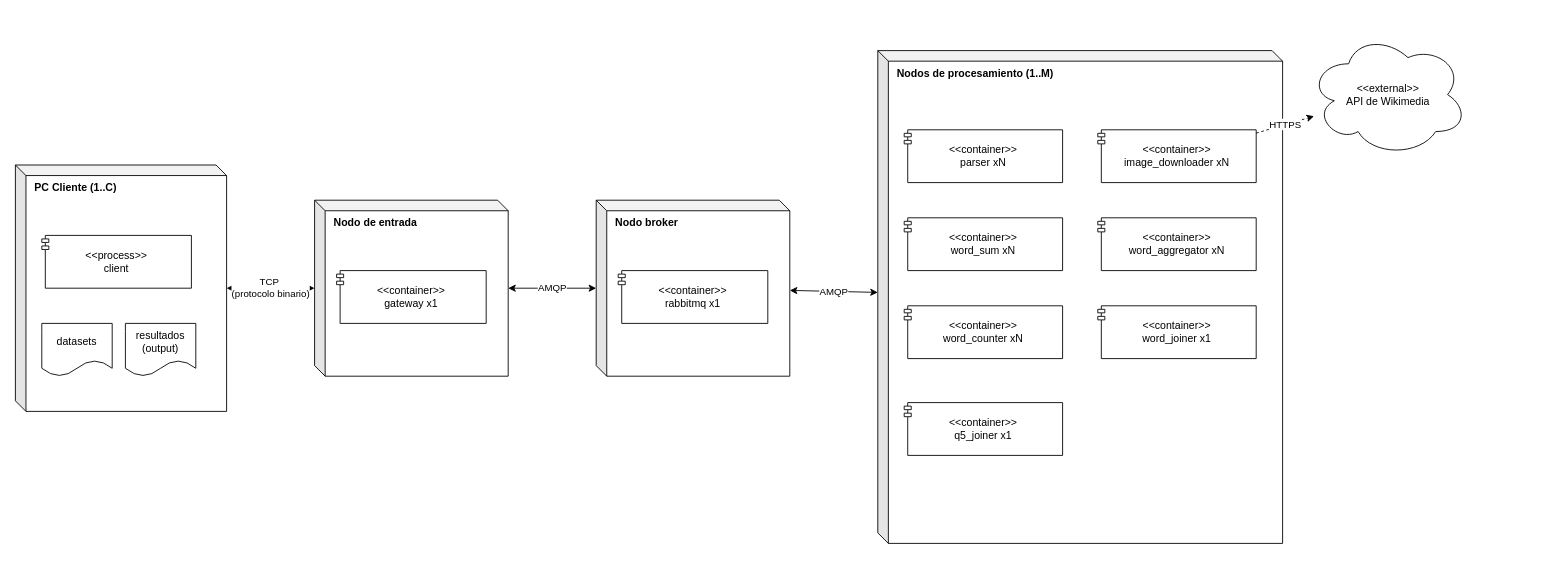
LuccaMarino/tp-grupal_Distribuidos keeps this draw.io diagram as diseño/diagramas/despliegue.drawio. Above is the earlier version. Source tidied: cells renumbered, new cells numbered last; positions are measured from the earlier drawing's top-left corner, leaving out a move shared by most shapes. Both pictures are drawn from the tidied source at 88%, with x=0, y=0 at pixel (15, 33).
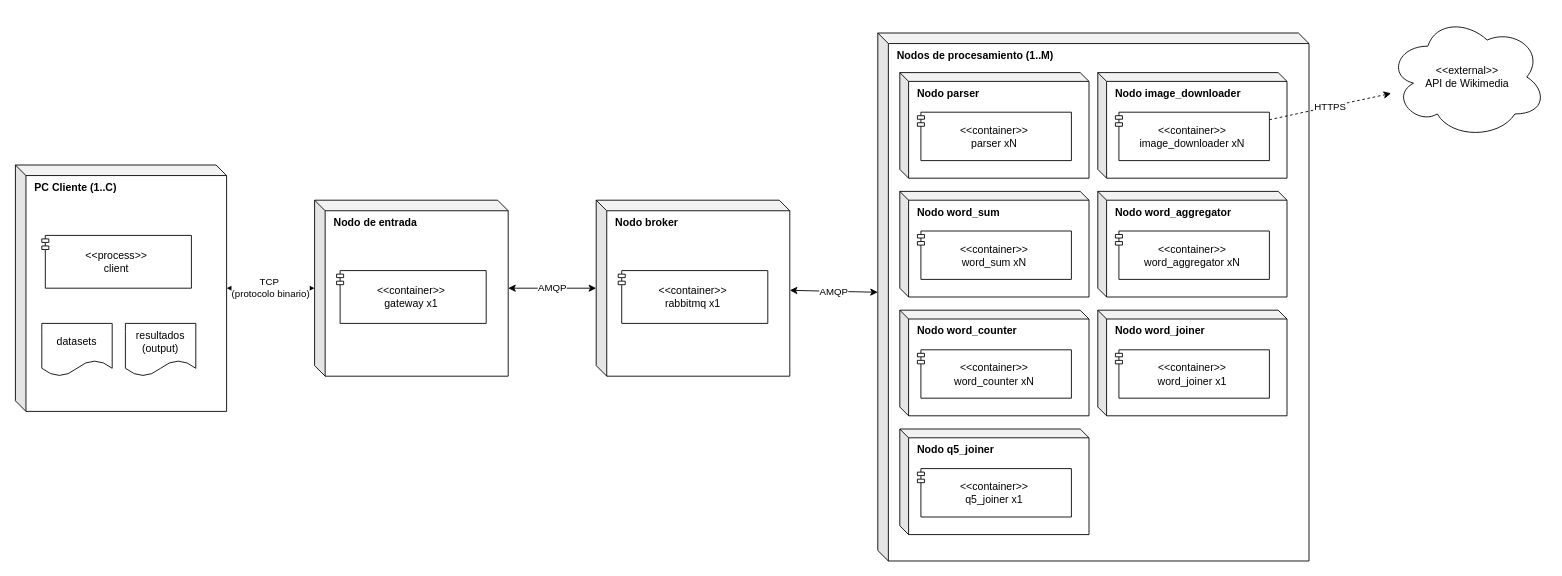
The same diagram, later.

The edit, as a diff of the source:
```diff
@@
     <mxCell id="10" value="Nodos de procesamiento (1..M)" style="shape=cube;whiteSpace=wrap;html=1;boundedLbl=1;backgroundOutline=1;darkOpacity=0.05;darkOpacity2=0.1;size=12;verticalAlign=top;align=left;spacingLeft=8;fontStyle=1;" parent="1" vertex="1">
-      <mxGeometry x="980" y="20" width="460" height="560" as="geometry" />
+      <mxGeometry x="980" width="490" height="600" as="geometry" />
     </mxCell>
+    <mxCell id="23" value="Nodo parser" style="shape=cube;whiteSpace=wrap;html=1;boundedLbl=1;backgroundOutline=1;darkOpacity=0.05;darkOpacity2=0.1;size=10;verticalAlign=top;align=left;spacingLeft=8;fontStyle=1;" parent="10" vertex="1">
+      <mxGeometry x="25" y="45" width="215" height="120" as="geometry" />
+    </mxCell>
-    <mxCell id="11" value="&amp;lt;&amp;lt;container&amp;gt;&amp;gt;&lt;br&gt;parser xN" style="html=1;whiteSpace=wrap;shape=module;jettyWidth=8;jettyHeight=4;" parent="10" vertex="1">
-      <mxGeometry x="30" y="90" width="180" height="60" as="geometry" />
+    <mxCell id="11" value="&amp;lt;&amp;lt;container&amp;gt;&amp;gt;&lt;br&gt;parser xN" style="html=1;whiteSpace=wrap;shape=module;jettyWidth=8;jettyHeight=4;" parent="23" vertex="1">
+      <mxGeometry x="20" y="45" width="175" height="55" as="geometry" />
     </mxCell>
+    <mxCell id="24" value="Nodo image_downloader" style="shape=cube;whiteSpace=wrap;html=1;boundedLbl=1;backgroundOutline=1;darkOpacity=0.05;darkOpacity2=0.1;size=10;verticalAlign=top;align=left;spacingLeft=8;fontStyle=1;" parent="10" vertex="1">
+      <mxGeometry x="250" y="45" width="215" height="120" as="geometry" />
+    </mxCell>
-    <mxCell id="12" value="&amp;lt;&amp;lt;container&amp;gt;&amp;gt;&lt;br&gt;image_downloader xN" style="html=1;whiteSpace=wrap;shape=module;jettyWidth=8;jettyHeight=4;" parent="10" vertex="1">
-      <mxGeometry x="250" y="90" width="180" height="60" as="geometry" />
+    <mxCell id="12" value="&amp;lt;&amp;lt;container&amp;gt;&amp;gt;&lt;br&gt;image_downloader xN" style="html=1;whiteSpace=wrap;shape=module;jettyWidth=8;jettyHeight=4;" parent="24" vertex="1">
+      <mxGeometry x="20" y="45" width="175" height="55" as="geometry" />
     </mxCell>
+    <mxCell id="25" value="Nodo word_sum" style="shape=cube;whiteSpace=wrap;html=1;boundedLbl=1;backgroundOutline=1;darkOpacity=0.05;darkOpacity2=0.1;size=10;verticalAlign=top;align=left;spacingLeft=8;fontStyle=1;" parent="10" vertex="1">
+      <mxGeometry x="25" y="180" width="215" height="120" as="geometry" />
+    </mxCell>
-    <mxCell id="13" value="&amp;lt;&amp;lt;container&amp;gt;&amp;gt;&lt;br&gt;word_sum xN" style="html=1;whiteSpace=wrap;shape=module;jettyWidth=8;jettyHeight=4;" parent="10" vertex="1">
-      <mxGeometry x="30" y="190" width="180" height="60" as="geometry" />
+    <mxCell id="13" value="&amp;lt;&amp;lt;container&amp;gt;&amp;gt;&lt;br&gt;word_sum xN" style="html=1;whiteSpace=wrap;shape=module;jettyWidth=8;jettyHeight=4;" parent="25" vertex="1">
+      <mxGeometry x="20" y="45" width="175" height="55" as="geometry" />
     </mxCell>
+    <mxCell id="26" value="Nodo word_aggregator" style="shape=cube;whiteSpace=wrap;html=1;boundedLbl=1;backgroundOutline=1;darkOpacity=0.05;darkOpacity2=0.1;size=10;verticalAlign=top;align=left;spacingLeft=8;fontStyle=1;" parent="10" vertex="1">
+      <mxGeometry x="250" y="180" width="215" height="120" as="geometry" />
+    </mxCell>
-    <mxCell id="14" value="&amp;lt;&amp;lt;container&amp;gt;&amp;gt;&lt;br&gt;word_aggregator xN" style="html=1;whiteSpace=wrap;shape=module;jettyWidth=8;jettyHeight=4;" parent="10" vertex="1">
-      <mxGeometry x="250" y="190" width="180" height="60" as="geometry" />
+    <mxCell id="14" value="&amp;lt;&amp;lt;container&amp;gt;&amp;gt;&lt;br&gt;word_aggregator xN" style="html=1;whiteSpace=wrap;shape=module;jettyWidth=8;jettyHeight=4;" parent="26" vertex="1">
+      <mxGeometry x="20" y="45" width="175" height="55" as="geometry" />
     </mxCell>
+    <mxCell id="27" value="Nodo word_counter" style="shape=cube;whiteSpace=wrap;html=1;boundedLbl=1;backgroundOutline=1;darkOpacity=0.05;darkOpacity2=0.1;size=10;verticalAlign=top;align=left;spacingLeft=8;fontStyle=1;" parent="10" vertex="1">
+      <mxGeometry x="25" y="315" width="215" height="120" as="geometry" />
+    </mxCell>
-    <mxCell id="15" value="&amp;lt;&amp;lt;container&amp;gt;&amp;gt;&lt;br&gt;word_counter xN" style="html=1;whiteSpace=wrap;shape=module;jettyWidth=8;jettyHeight=4;" parent="10" vertex="1">
-      <mxGeometry x="30" y="290" width="180" height="60" as="geometry" />
+    <mxCell id="15" value="&amp;lt;&amp;lt;container&amp;gt;&amp;gt;&lt;br&gt;word_counter xN" style="html=1;whiteSpace=wrap;shape=module;jettyWidth=8;jettyHeight=4;" parent="27" vertex="1">
+      <mxGeometry x="20" y="45" width="175" height="55" as="geometry" />
     </mxCell>
+    <mxCell id="28" value="Nodo word_joiner" style="shape=cube;whiteSpace=wrap;html=1;boundedLbl=1;backgroundOutline=1;darkOpacity=0.05;darkOpacity2=0.1;size=10;verticalAlign=top;align=left;spacingLeft=8;fontStyle=1;" parent="10" vertex="1">
+      <mxGeometry x="250" y="315" width="215" height="120" as="geometry" />
+    </mxCell>
-    <mxCell id="16" value="&amp;lt;&amp;lt;container&amp;gt;&amp;gt;&lt;br&gt;word_joiner x1" style="html=1;whiteSpace=wrap;shape=module;jettyWidth=8;jettyHeight=4;" parent="10" vertex="1">
-      <mxGeometry x="250" y="290" width="180" height="60" as="geometry" />
+    <mxCell id="16" value="&amp;lt;&amp;lt;container&amp;gt;&amp;gt;&lt;br&gt;word_joiner x1" style="html=1;whiteSpace=wrap;shape=module;jettyWidth=8;jettyHeight=4;" parent="28" vertex="1">
+      <mxGeometry x="20" y="45" width="175" height="55" as="geometry" />
     </mxCell>
+    <mxCell id="29" value="Nodo q5_joiner" style="shape=cube;whiteSpace=wrap;html=1;boundedLbl=1;backgroundOutline=1;darkOpacity=0.05;darkOpacity2=0.1;size=10;verticalAlign=top;align=left;spacingLeft=8;fontStyle=1;" parent="10" vertex="1">
+      <mxGeometry x="25" y="450" width="215" height="120" as="geometry" />
+    </mxCell>
-    <mxCell id="17" value="&amp;lt;&amp;lt;container&amp;gt;&amp;gt;&lt;br&gt;q5_joiner x1" style="html=1;whiteSpace=wrap;shape=module;jettyWidth=8;jettyHeight=4;" parent="10" vertex="1">
-      <mxGeometry x="30" y="400" width="180" height="60" as="geometry" />
+    <mxCell id="17" value="&amp;lt;&amp;lt;container&amp;gt;&amp;gt;&lt;br&gt;q5_joiner x1" style="html=1;whiteSpace=wrap;shape=module;jettyWidth=8;jettyHeight=4;" parent="29" vertex="1">
+      <mxGeometry x="20" y="45" width="175" height="55" as="geometry" />
     </mxCell>
     <mxCell id="18" value="&amp;lt;&amp;lt;external&amp;gt;&amp;gt;&lt;br&gt;API de Wikimedia" style="ellipse;shape=cloud;whiteSpace=wrap;html=1;" parent="1" vertex="1">
-      <mxGeometry x="1470" width="180" height="140" as="geometry" />
+      <mxGeometry x="1560" y="-20" width="180" height="140" as="geometry" />
     </mxCell>
```
